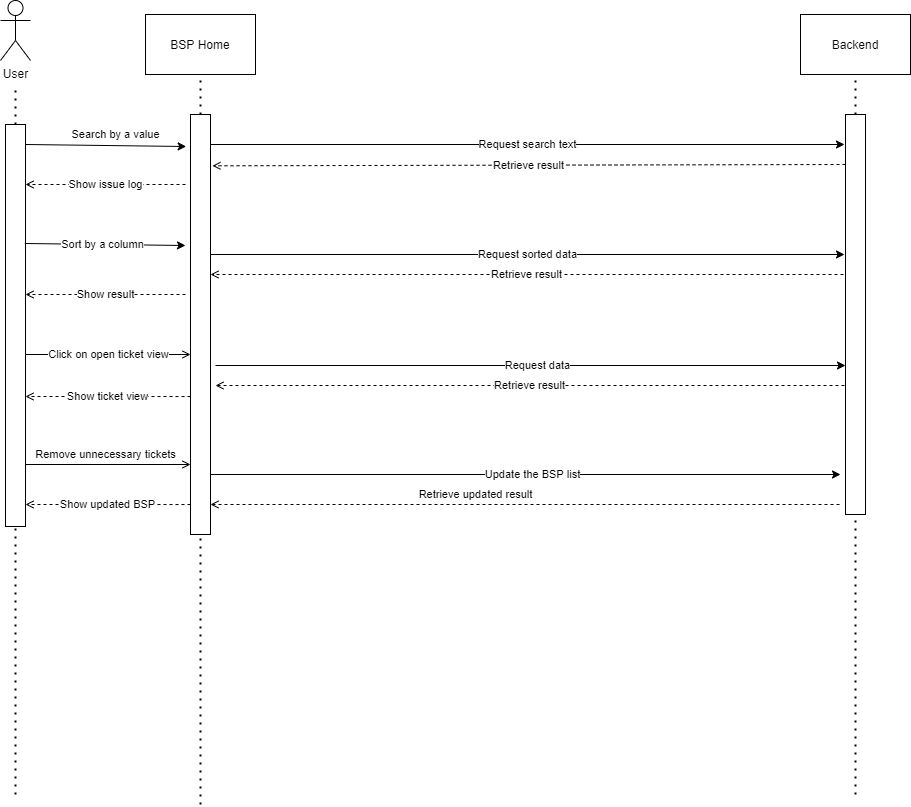
DiWeera98/IN2900Docs keeps this draw.io diagram as Sequence Diagrams/SequenceManager'sBSP.png. Above is the earlier version. Source tidied: cells renumbered, new cells last; positions are measured from the earlier drawing's top-left corner, leaving out a move shared by most shapes.
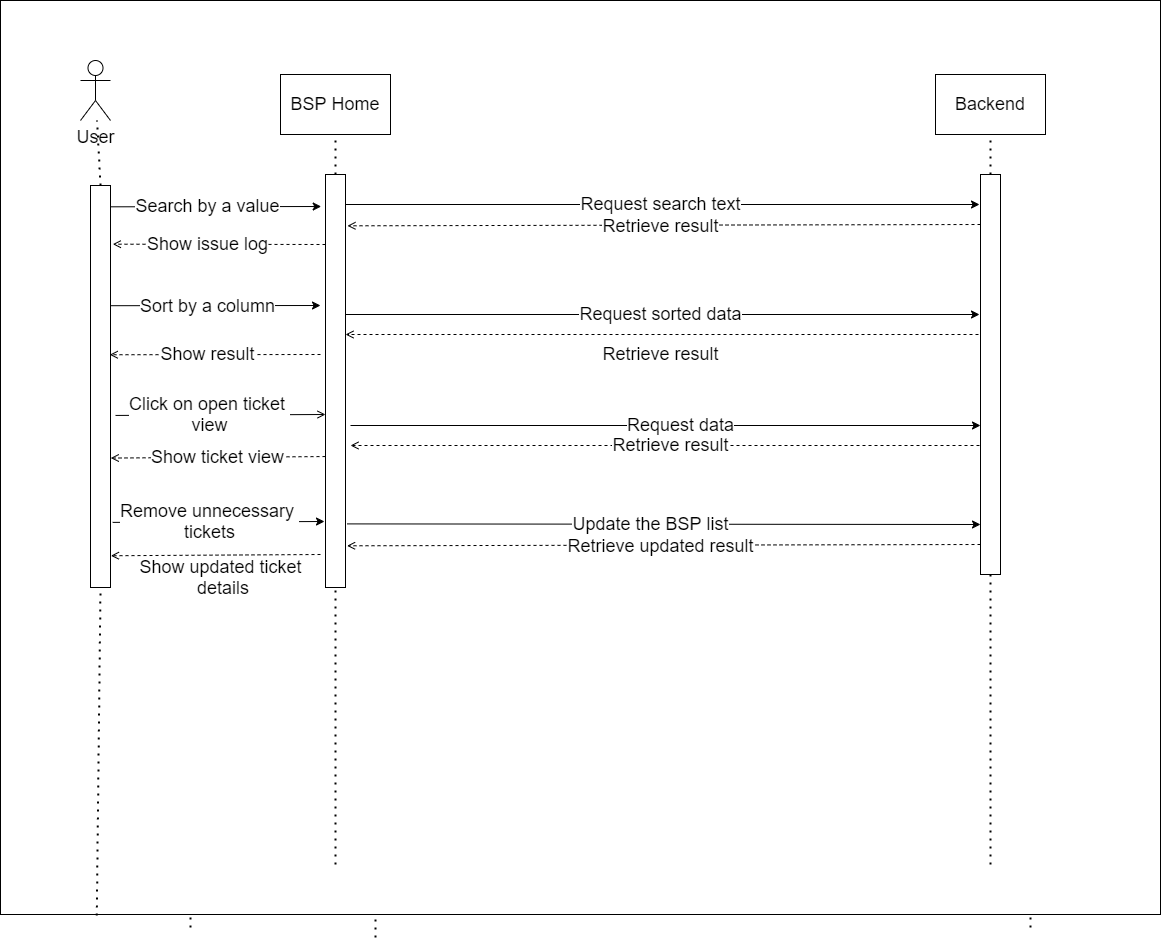
Above is the later version.

Change to the diagram source:
```diff
@@ -141,5 +141,136 @@
         <mxPoint x="25" y="504" as="targetPoint" />
       </mxGeometry>
     </mxCell>
+    <mxCell id="30" style="rounded=0;whiteSpace=wrap;html=1;" parent="1" vertex="1">
+      <mxGeometry x="-175" y="-133" width="1160" height="914" as="geometry" />
+    </mxCell>
+    <mxCell id="31" value="&lt;font style=&quot;font-size: 18px&quot;&gt;BSP Home&lt;/font&gt;" style="rounded=0;whiteSpace=wrap;html=1;" parent="1" vertex="1">
+      <mxGeometry x="105" y="-59" width="110" height="60" as="geometry" />
+    </mxCell>
+    <mxCell id="32" value="&lt;font style=&quot;font-size: 18px&quot;&gt;Backend&lt;/font&gt;" style="rounded=0;whiteSpace=wrap;html=1;" parent="1" vertex="1">
+      <mxGeometry x="760" y="-59" width="110" height="60" as="geometry" />
+    </mxCell>
+    <mxCell id="33" style="endArrow=none;dashed=1;html=1;dashPattern=1 3;strokeWidth=2;exitX=0.5;exitY=0;exitDx=0;exitDy=0;" parent="1" edge="1" source="44" target="48">
+      <mxGeometry relative="1" as="geometry" />
+    </mxCell>
+    <mxCell id="34" style="endArrow=none;dashed=1;html=1;dashPattern=1 3;strokeWidth=2;entryX=0.5;entryY=1;entryDx=0;entryDy=0;" parent="1" edge="1" source="46" target="31">
+      <mxGeometry relative="1" as="geometry" />
+    </mxCell>
+    <mxCell id="35" style="endArrow=none;dashed=1;html=1;dashPattern=1 3;strokeWidth=2;entryX=0.5;entryY=1;entryDx=0;entryDy=0;" parent="1" edge="1" source="52" target="32">
+      <mxGeometry relative="1" as="geometry" />
+    </mxCell>
+    <mxCell id="36" value="&lt;font style=&quot;font-size: 18px&quot;&gt;Request sorted data&lt;/font&gt;" style="endArrow=classic;html=1;" parent="1" edge="1">
+      <mxGeometry x="-0.01" relative="1" as="geometry">
+        <mxPoint x="170" y="181" as="sourcePoint" />
+        <mxPoint x="804" y="181" as="targetPoint" />
+      </mxGeometry>
+    </mxCell>
+    <mxCell id="37" value="&lt;font style=&quot;font-size: 18px&quot;&gt;Retrieve result&lt;/font&gt;" style="endArrow=open;html=1;dashed=1;endFill=0;" parent="1" edge="1">
+      <mxGeometry y="20" relative="1" as="geometry">
+        <mxPoint x="803" y="201" as="sourcePoint" />
+        <mxPoint x="170" y="201" as="targetPoint" />
+      </mxGeometry>
+    </mxCell>
+    <mxCell id="38" value="&lt;font style=&quot;font-size: 18px&quot;&gt;Show result&lt;/font&gt;" style="endArrow=open;html=1;dashed=1;endFill=0;entryX=0.961;entryY=0.421;entryDx=0;entryDy=0;entryPerimeter=0;" parent="1" edge="1" target="44">
+      <mxGeometry x="0.08" relative="1" as="geometry">
+        <mxPoint x="145" y="221" as="sourcePoint" />
+      </mxGeometry>
+    </mxCell>
+    <mxCell id="39" value="&lt;font style=&quot;font-size: 18px&quot;&gt;Click on open ticket &lt;br&gt;view&lt;/font&gt;" style="endArrow=open;html=1;endFill=0;exitX=1.25;exitY=0.572;exitDx=0;exitDy=0;exitPerimeter=0;" parent="1" edge="1" source="44">
+      <mxGeometry x="-0.1" y="1" relative="1" as="geometry">
+        <mxPoint x="150" y="281" as="targetPoint" />
+        <mxPoint x="-1" as="offset" />
+      </mxGeometry>
+    </mxCell>
+    <mxCell id="40" value="&lt;span style=&quot;font-size: 18px&quot;&gt;Remove unnecessary &lt;br&gt;tickets&lt;/span&gt;" style="endArrow=classic;html=1;exitX=1.106;exitY=0.838;exitDx=0;exitDy=0;exitPerimeter=0;" parent="1" edge="1" source="44">
+      <mxGeometry x="-0.08" relative="1" as="geometry">
+        <mxPoint x="149" y="388" as="targetPoint" />
+        <mxPoint x="-1" as="offset" />
+      </mxGeometry>
+    </mxCell>
+    <mxCell id="41" value="&lt;font style=&quot;font-size: 18px&quot;&gt;Update the BSP list&lt;/font&gt;" style="endArrow=classic;html=1;exitX=1.077;exitY=0.846;exitDx=0;exitDy=0;exitPerimeter=0;" parent="1" edge="1" source="46">
+      <mxGeometry x="-0.04" relative="1" as="geometry">
+        <mxPoint x="805" y="391" as="targetPoint" />
+      </mxGeometry>
+    </mxCell>
+    <mxCell id="42" value="&lt;font style=&quot;font-size: 18px&quot;&gt;Retrieve updated result&lt;/font&gt;" style="endArrow=open;html=1;dashed=1;endFill=0;entryX=1.077;entryY=0.899;entryDx=0;entryDy=0;entryPerimeter=0;" parent="1" edge="1" target="46">
+      <mxGeometry x="0.01" y="1" relative="1" as="geometry">
+        <mxPoint x="805" y="411" as="sourcePoint" />
+      </mxGeometry>
+    </mxCell>
+    <mxCell id="43" value="&lt;font style=&quot;font-size: 18px&quot;&gt;Show updated ticket&lt;br&gt;&amp;nbsp;details&lt;/font&gt;" style="endArrow=open;html=1;dashed=1;endFill=0;entryX=1.02;entryY=0.921;entryDx=0;entryDy=0;entryPerimeter=0;" parent="1" edge="1" target="44">
+      <mxGeometry x="-0.04" y="22" relative="1" as="geometry">
+        <mxPoint x="145" y="421" as="sourcePoint" />
+      </mxGeometry>
+    </mxCell>
+    <mxCell id="44" style="rounded=0;whiteSpace=wrap;html=1;" parent="1" vertex="1">
+      <mxGeometry x="-85" y="52" width="20" height="402" as="geometry" />
+    </mxCell>
+    <mxCell id="45" style="endArrow=none;dashed=1;html=1;dashPattern=1 3;strokeWidth=2;entryX=0.5;entryY=1;entryDx=0;entryDy=0;exitX=0.083;exitY=1.001;exitDx=0;exitDy=0;exitPerimeter=0;" parent="1" edge="1" source="30" target="44">
+      <mxGeometry relative="1" as="geometry" />
+    </mxCell>
+    <mxCell id="46" style="rounded=0;whiteSpace=wrap;html=1;" parent="1" vertex="1">
+      <mxGeometry x="150" y="41" width="20" height="413" as="geometry" />
+    </mxCell>
+    <mxCell id="47" style="endArrow=none;dashed=1;html=1;dashPattern=1 3;strokeWidth=2;" parent="1" edge="1" target="46">
+      <mxGeometry relative="1" as="geometry">
+        <mxPoint x="160" y="731" as="sourcePoint" />
+      </mxGeometry>
+    </mxCell>
+    <mxCell id="48" value="&lt;font style=&quot;font-size: 18px&quot;&gt;User&lt;/font&gt;" style="shape=umlActor;verticalLabelPosition=bottom;verticalAlign=top;html=1;outlineConnect=0;" parent="1" vertex="1">
+      <mxGeometry x="-95" y="-73" width="30" height="60" as="geometry" />
+    </mxCell>
+    <mxCell id="49" value="&lt;font style=&quot;font-size: 18px&quot;&gt;Request data&lt;/font&gt;" style="endArrow=classic;html=1;" parent="1" edge="1">
+      <mxGeometry x="0.05" relative="1" as="geometry">
+        <mxPoint x="175" y="292" as="sourcePoint" />
+        <mxPoint x="805" y="292" as="targetPoint" />
+      </mxGeometry>
+    </mxCell>
+    <mxCell id="50" value="&lt;font style=&quot;font-size: 18px&quot;&gt;Retrieve result&lt;/font&gt;" style="endArrow=open;html=1;dashed=1;endFill=0;" parent="1" edge="1">
+      <mxGeometry x="-0.02" relative="1" as="geometry">
+        <mxPoint x="804" y="312" as="sourcePoint" />
+        <mxPoint x="175" y="312" as="targetPoint" />
+      </mxGeometry>
+    </mxCell>
+    <mxCell id="51" value="&lt;font style=&quot;font-size: 18px&quot;&gt;Show ticket view&lt;/font&gt;" style="endArrow=open;html=1;dashed=1;endFill=0;exitX=0.25;exitY=0.277;exitDx=0;exitDy=0;exitPerimeter=0;entryX=1.012;entryY=0.678;entryDx=0;entryDy=0;entryPerimeter=0;" parent="1" edge="1" target="44">
+      <mxGeometry relative="1" as="geometry">
+        <mxPoint x="150" y="323.1" as="sourcePoint" />
+      </mxGeometry>
+    </mxCell>
+    <mxCell id="52" style="rounded=0;whiteSpace=wrap;html=1;" parent="1" vertex="1">
+      <mxGeometry x="805" y="41" width="20" height="400" as="geometry" />
+    </mxCell>
+    <mxCell id="53" style="endArrow=none;dashed=1;html=1;dashPattern=1 3;strokeWidth=2;" parent="1" edge="1" target="52">
+      <mxGeometry relative="1" as="geometry">
+        <mxPoint x="815" y="731" as="sourcePoint" />
+      </mxGeometry>
+    </mxCell>
+    <mxCell id="54" value="&lt;font style=&quot;font-size: 18px&quot;&gt;Sort by a column&lt;/font&gt;" style="endArrow=classic;html=1;exitX=1;exitY=0.299;exitDx=0;exitDy=0;exitPerimeter=0;" parent="1" edge="1" source="44">
+      <mxGeometry x="-0.08" y="-1" relative="1" as="geometry">
+        <mxPoint x="145" y="172" as="targetPoint" />
+      </mxGeometry>
+    </mxCell>
+    <mxCell id="55" value="&lt;font style=&quot;font-size: 18px&quot;&gt;Show issue log&lt;/font&gt;" style="endArrow=open;html=1;dashed=1;endFill=0;entryX=1.116;entryY=0.146;entryDx=0;entryDy=0;entryPerimeter=0;" parent="1" edge="1" target="44">
+      <mxGeometry x="0.11" relative="1" as="geometry">
+        <mxPoint x="150" y="111" as="sourcePoint" />
+      </mxGeometry>
+    </mxCell>
+    <mxCell id="56" value="&lt;font style=&quot;font-size: 18px&quot;&gt;Request search text&lt;/font&gt;" style="endArrow=classic;html=1;" parent="1" edge="1">
+      <mxGeometry x="-0.01" relative="1" as="geometry">
+        <mxPoint x="170" y="71" as="sourcePoint" />
+        <mxPoint x="804" y="71" as="targetPoint" />
+      </mxGeometry>
+    </mxCell>
+    <mxCell id="57" value="&lt;font style=&quot;font-size: 18px&quot;&gt;Retrieve result&lt;/font&gt;" style="endArrow=open;html=1;dashed=1;endFill=0;exitX=-0.047;exitY=0.151;exitDx=0;exitDy=0;exitPerimeter=0;" parent="1" edge="1">
+      <mxGeometry x="0.01" y="1" relative="1" as="geometry">
+        <mxPoint x="805" y="91" as="sourcePoint" />
+        <mxPoint x="171.9" y="92.3" as="targetPoint" />
+      </mxGeometry>
+    </mxCell>
+    <mxCell id="58" value="&lt;font style=&quot;font-size: 18px&quot;&gt;Search by a value&lt;/font&gt;" style="endArrow=classic;html=1;exitX=0.987;exitY=0.053;exitDx=0;exitDy=0;exitPerimeter=0;" parent="1" edge="1" source="44">
+      <mxGeometry x="-0.08" relative="1" as="geometry">
+        <mxPoint x="145.7" y="73" as="targetPoint" />
+      </mxGeometry>
+    </mxCell>
   </root>
 </mxGraphModel>
```
